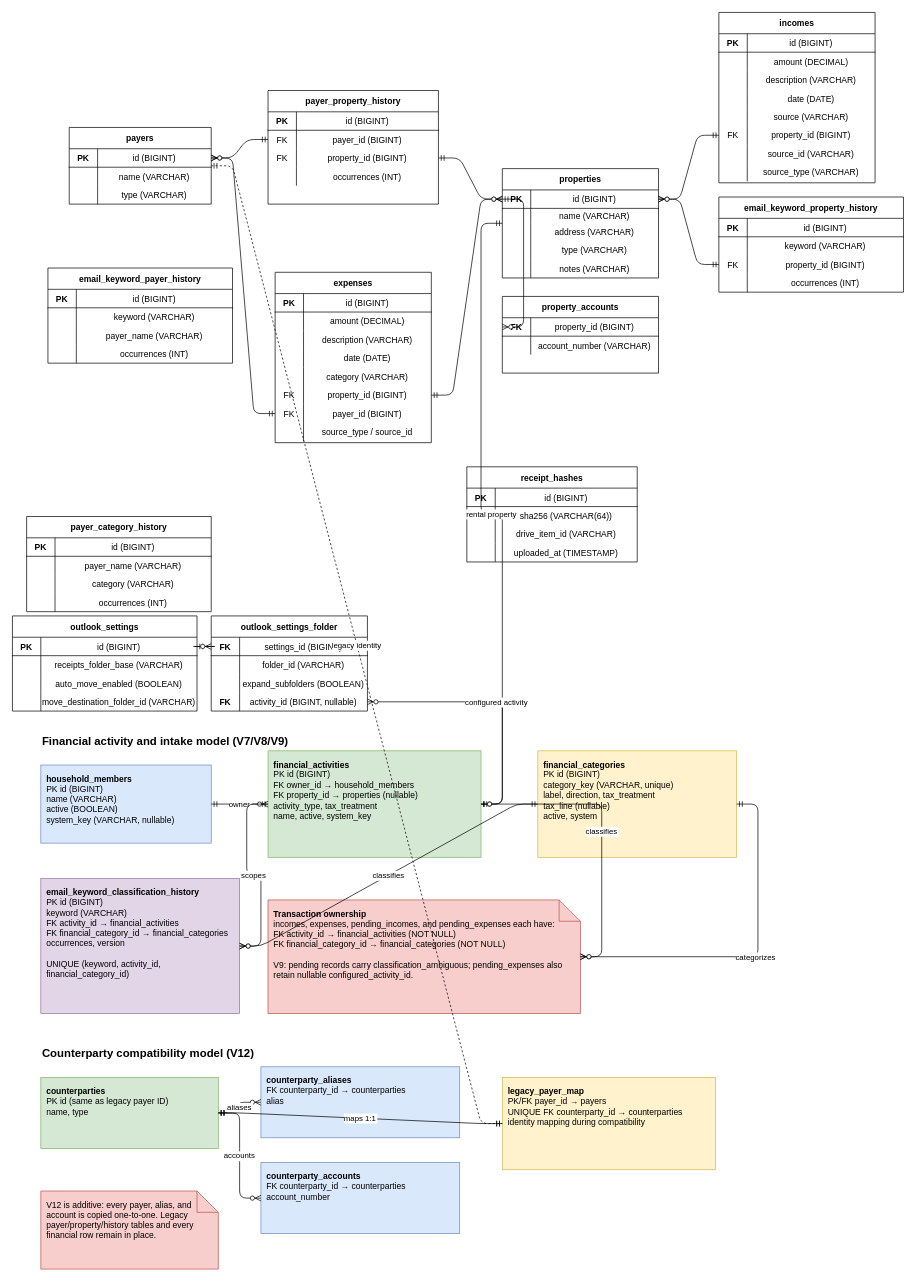
jinloes/bookie keeps this draw.io diagram as page "Page-1" (1 of 2) of diagrams/erd.drawio. Above is the earlier version. Source tidied: cells renumbered, new cells numbered last; positions are measured from the earlier drawing's top-left corner, leaving out a move shared by most shapes. Both pictures are drawn from the tidied source at 71%, with x=0, y=0 at pixel (12, 12).
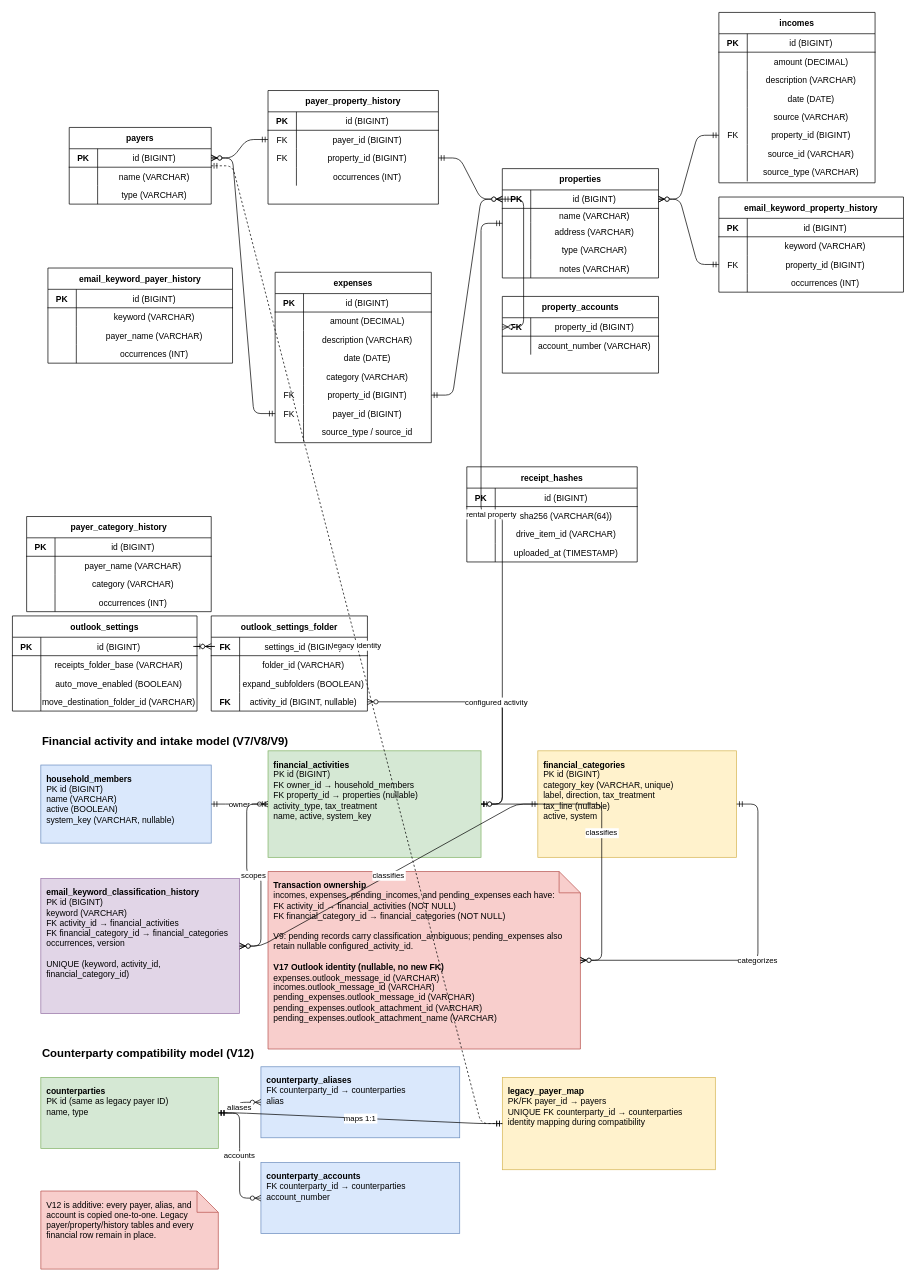
The same page after the edit.

The edit, as a diff of the source:
```diff
@@
-    <mxCell id="188" value="&lt;b&gt;Transaction ownership&lt;/b&gt;&lt;br&gt;incomes, expenses, pending_incomes, and pending_expenses each have:&lt;br&gt;FK activity_id → financial_activities (NOT NULL)&lt;br&gt;FK financial_category_id → financial_categories (NOT NULL)&lt;br&gt;&lt;br&gt;V9: pending records carry classification_ambiguous; pending_expenses also retain nullable configured_activity_id." style="shape=note;whiteSpace=wrap;html=1;align=left;verticalAlign=top;spacing=8;fillColor=#f8cecc;strokeColor=#b85450;" parent="1" vertex="1">
-      <mxGeometry x="360" y="1250" width="440" height="160" as="geometry" />
+    <mxCell id="188" value="&lt;b&gt;Transaction ownership&lt;/b&gt;&lt;br&gt;incomes, expenses, pending_incomes, and pending_expenses each have:&lt;br&gt;FK activity_id → financial_activities (NOT NULL)&lt;br&gt;FK financial_category_id → financial_categories (NOT NULL)&lt;br&gt;&lt;br&gt;V9: pending records carry classification_ambiguous; pending_expenses also retain nullable configured_activity_id.&lt;br&gt;&lt;br&gt;&lt;b&gt;V17 Outlook identity (nullable, no new FK)&lt;/b&gt;&lt;br&gt;expenses.outlook_message_id (VARCHAR)&lt;br&gt;incomes.outlook_message_id (VARCHAR)&lt;br&gt;pending_expenses.outlook_message_id (VARCHAR)&lt;br&gt;pending_expenses.outlook_attachment_id (VARCHAR)&lt;br&gt;pending_expenses.outlook_attachment_name (VARCHAR)" style="shape=note;whiteSpace=wrap;html=1;align=left;verticalAlign=top;spacing=8;fillColor=#f8cecc;strokeColor=#b85450;" parent="1" vertex="1">
+      <mxGeometry x="360" y="1210" width="440" height="250" as="geometry" />
     </mxCell>
```
